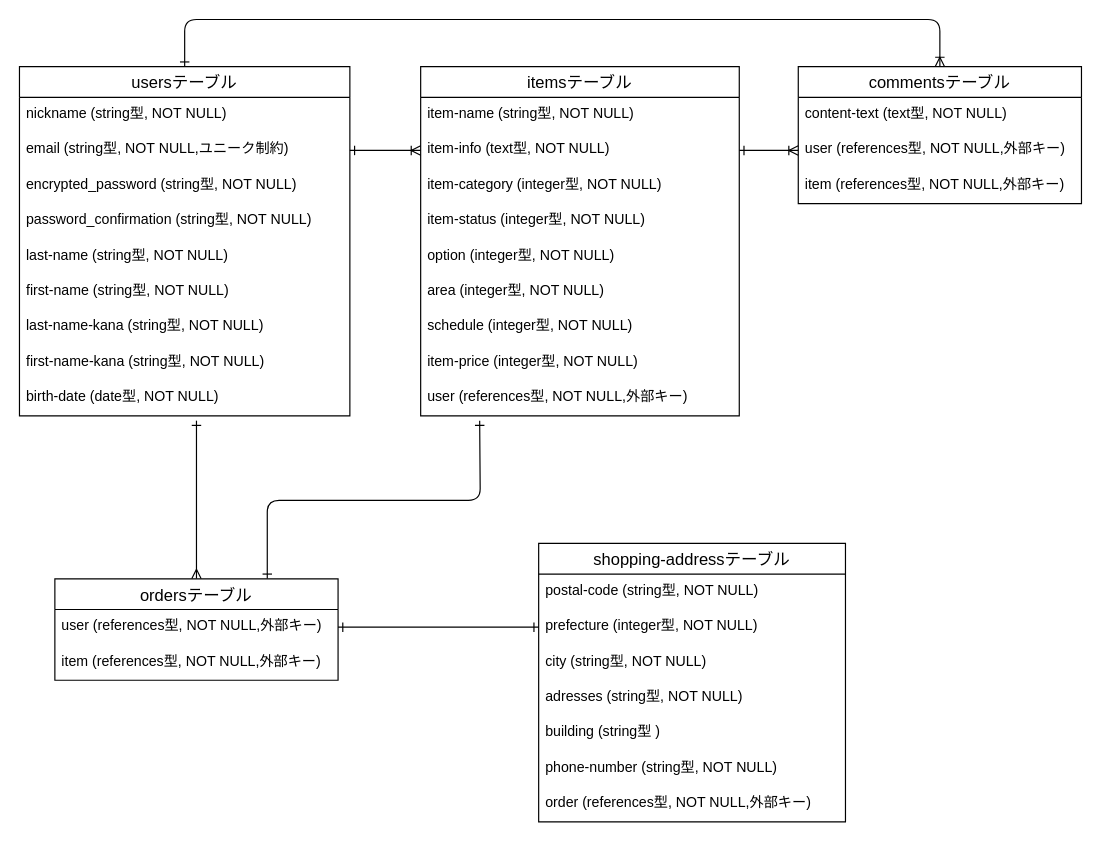
ayaA101/furima-41383 keeps this draw.io diagram as detabase.dio. Above is the earlier version. Source tidied: cells renumbered, new cells numbered last; positions are measured from the earlier drawing's top-left corner, leaving out a move shared by most shapes. Both pictures are drawn from the tidied source at 118%, with x=0, y=0 at pixel (19, 19).
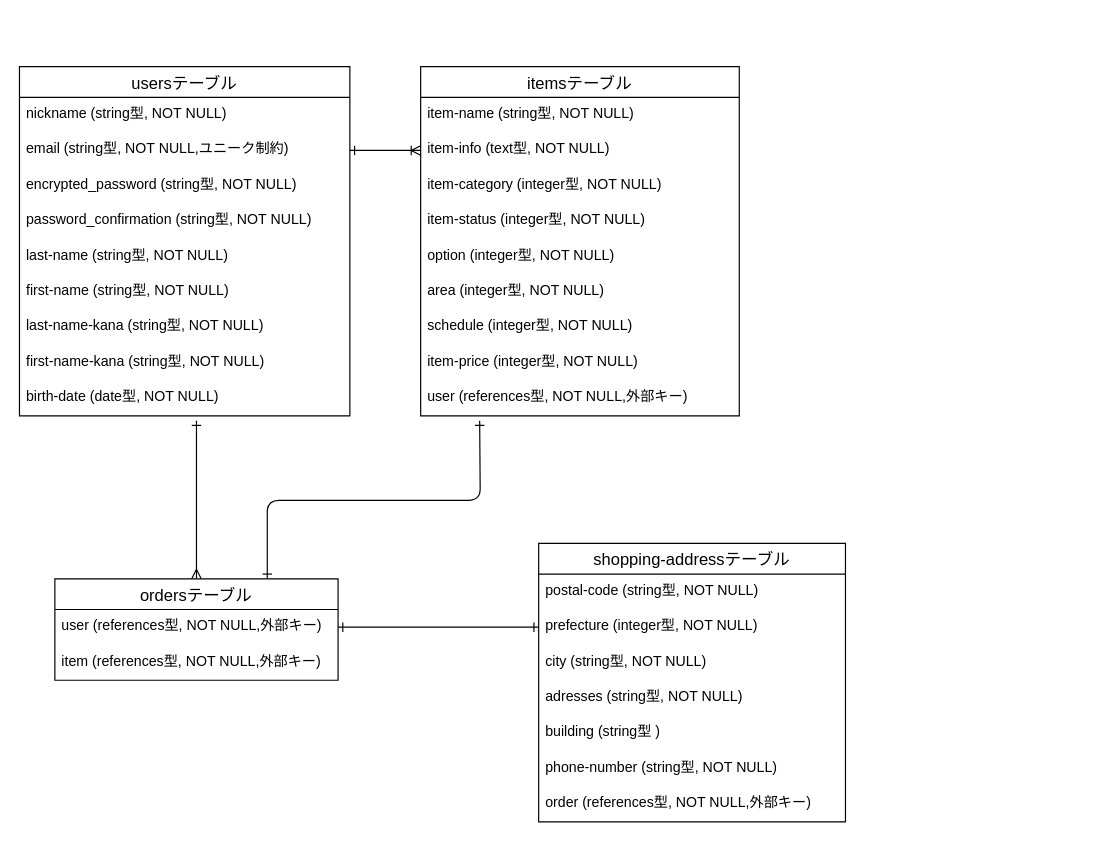
Above is the later version.

The change refers to these unchanged cells:
```xml
<mxCell id="4" value="item-info (text型, NOT NULL) " style="text;strokeColor=none;fillColor=none;spacingLeft=4;spacingRight=4;overflow=hidden;points=[[0,0.5],[1,0.5]];portConstraint=eastwest;fontSize=12;" parent="2" vertex="1">
  <mxGeometry y="56" width="270" height="30" as="geometry" />
</mxCell>
<mxCell id="26" value="usersテーブル" style="swimlane;fontStyle=0;horizontal=1;startSize=26;align=center;fontSize=14;" parent="1" vertex="1">
  <mxGeometry y="40" width="280" height="296" as="geometry" />
</mxCell>
```

Change to the diagram source:
```diff
@@
-    <mxCell id="25" style="edgeStyle=orthogonalEdgeStyle;html=1;exitX=0.5;exitY=0;exitDx=0;exitDy=0;entryX=0.5;entryY=0;entryDx=0;entryDy=0;startArrow=ERone;startFill=0;endArrow=ERoneToMany;endFill=0;" parent="1" edge="1" source="26" target="37">
-      <mxGeometry relative="1" as="geometry">
-        <Array as="points">
-          <mxPoint x="140" />
-          <mxPoint x="780" />
-        </Array>
-      </mxGeometry>
-    </mxCell>
@@
-    <mxCell id="37" value="commentsテーブル" style="swimlane;fontStyle=0;horizontal=1;startSize=26;align=center;fontSize=14;" parent="1" vertex="1">
-      <mxGeometry x="660" y="40" width="240" height="116" as="geometry" />
-    </mxCell>
-    <mxCell id="38" value="content-text (text型, NOT NULL) " style="text;strokeColor=none;fillColor=none;spacingLeft=4;spacingRight=4;overflow=hidden;fontSize=12;" parent="37" vertex="1">
-      <mxGeometry y="26" width="240" height="30" as="geometry" />
-    </mxCell>
-    <mxCell id="39" value="user (references型, NOT NULL,外部キー) " style="text;strokeColor=none;fillColor=none;spacingLeft=4;spacingRight=4;overflow=hidden;points=[[0,0.5],[1,0.5]];portConstraint=eastwest;fontSize=12;" parent="37" vertex="1">
-      <mxGeometry y="56" width="240" height="30" as="geometry" />
-    </mxCell>
-    <mxCell id="40" value="item (references型, NOT NULL,外部キー) " style="text;strokeColor=none;fillColor=none;spacingLeft=4;spacingRight=4;overflow=hidden;fontSize=12;" parent="37" vertex="1">
-      <mxGeometry y="86" width="240" height="30" as="geometry" />
-    </mxCell>
-    <mxCell id="41" style="edgeStyle=none;html=1;exitX=1;exitY=0.5;exitDx=0;exitDy=0;entryX=0;entryY=0.5;entryDx=0;entryDy=0;startArrow=ERone;startFill=0;endArrow=ERoneToMany;endFill=0;" parent="1" edge="1" source="4" target="39">
-      <mxGeometry relative="1" as="geometry" />
-    </mxCell>
```
